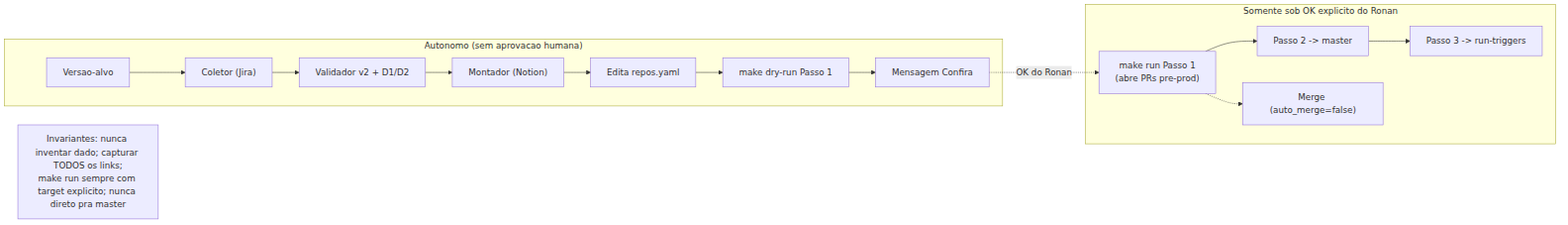
BertoRcsb/workflow-automation-management keeps this Mermaid diagram as docs/pipeline-autonomo/diagramas/D5-governanca.png. Above is the earlier version. Its source is kept beside it as docs/pipeline-autonomo/diagramas/D5-governanca.mmd.
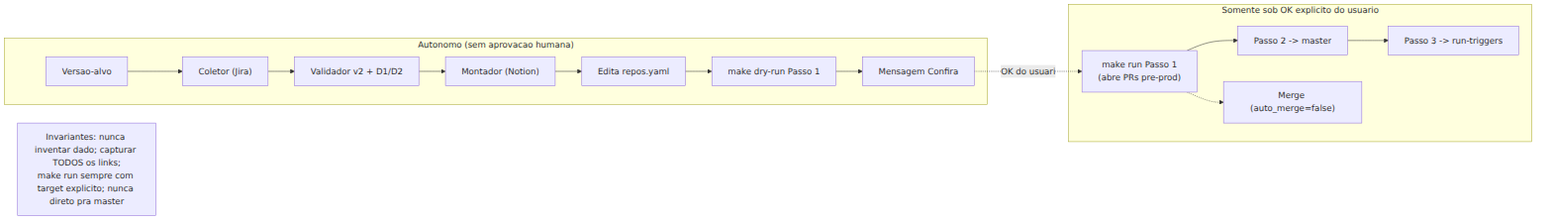
Later version of the same file.

Diff of the diagram source:
```diff
@@ -8,13 +8,13 @@
         A6["make dry-run Passo 1"]
         A7["Mensagem Confira"]
     end
-    subgraph GATE["Somente sob OK explicito do Ronan"]
+    subgraph GATE["Somente sob OK explicito do usuario"]
         G1["make run Passo 1<br>(abre PRs pre-prod)"]
         G2["Passo 2 -> master"]
         G3["Passo 3 -> run-triggers"]
         G4["Merge (auto_merge=false)"]
     end
     A1 --> A2 --> A3 --> A4 --> A5 --> A6 --> A7
-    A7 -.OK do Ronan.-> G1 --> G2 --> G3
+    A7 -.OK do usuario.-> G1 --> G2 --> G3
     G1 -.-> G4
     INV["Invariantes: nunca inventar dado; capturar TODOS os links;<br>make run sempre com target explicito; nunca direto pra master"]
```
